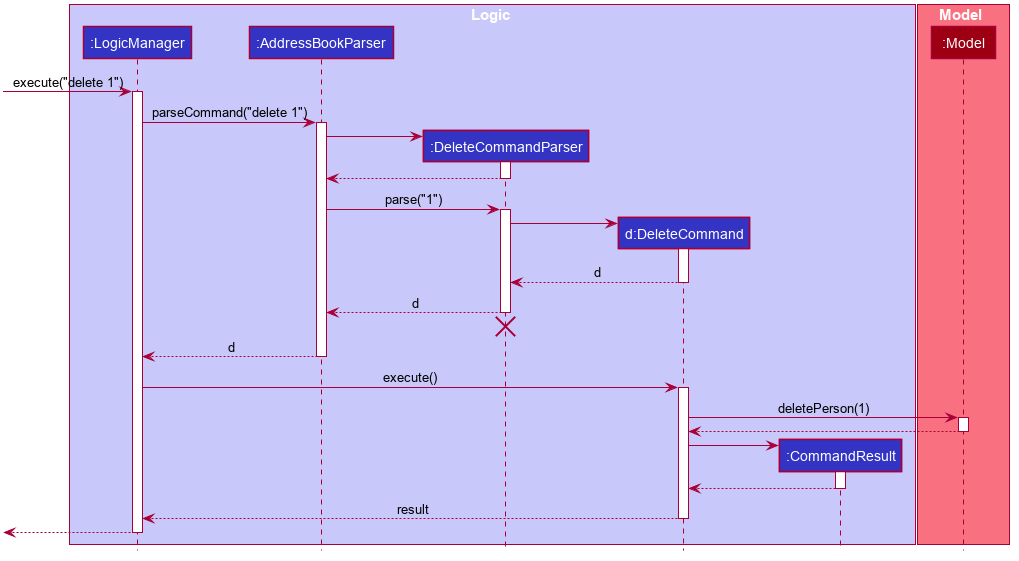
Above: docs/images/DeleteSequenceDiagram.png in nus-cs2103-AY2223S2/tp (PlantUML), before the change. The source it was exported from:
```plantuml
@startuml








skinparam BackgroundColor #FFFFFFF

skinparam Shadowing false

skinparam Class {
    FontColor #FFFFFF
    BorderThickness 1
    BorderColor #FFFFFF
    StereotypeFontColor #FFFFFF
    FontName Arial
}

skinparam Actor {
    BorderColor #000000
    Color #000000
    FontName Arial
}

skinparam Sequence {
    MessageAlign center
    BoxFontSize 15
    BoxPadding 0
    BoxFontColor #FFFFFF
    FontName Arial
}

skinparam Participant {
    FontColor #FFFFFFF
    Padding 20
}

skinparam MinClassWidth 50
skinparam ParticipantPadding 10
skinparam Shadowing false
skinparam DefaultTextAlignment center
skinparam packageStyle Rectangle

hide footbox
hide members
hide circle

box Logic #C8C8FA
participant ":LogicManager" as LogicManager #3333C4
participant ":AddressBookParser" as AddressBookParser #3333C4
participant ":DeleteCommandParser" as DeleteCommandParser #3333C4
participant "d:DeleteCommand" as DeleteCommand #3333C4
participant ":CommandResult" as CommandResult #3333C4
end box

box Model #F97181
participant ":Model" as Model #9D0012
end box

[-> LogicManager : execute("delete 1")
activate LogicManager

LogicManager -> AddressBookParser : parseCommand("delete 1")
activate AddressBookParser

create DeleteCommandParser
AddressBookParser -> DeleteCommandParser
activate DeleteCommandParser

DeleteCommandParser --> AddressBookParser
deactivate DeleteCommandParser

AddressBookParser -> DeleteCommandParser : parse("1")
activate DeleteCommandParser

create DeleteCommand
DeleteCommandParser -> DeleteCommand
activate DeleteCommand

DeleteCommand --> DeleteCommandParser : d
deactivate DeleteCommand

DeleteCommandParser --> AddressBookParser : d
deactivate DeleteCommandParser
DeleteCommandParser -[hidden]-> AddressBookParser
destroy DeleteCommandParser

AddressBookParser --> LogicManager : d
deactivate AddressBookParser

LogicManager -> DeleteCommand : execute()
activate DeleteCommand

DeleteCommand -> Model : deletePerson(1)
activate Model

Model --> DeleteCommand
deactivate Model

create CommandResult
DeleteCommand -> CommandResult
activate CommandResult

CommandResult --> DeleteCommand
deactivate CommandResult

DeleteCommand --> LogicManager : result
deactivate DeleteCommand

[<--LogicManager
deactivate LogicManager
@enduml
```
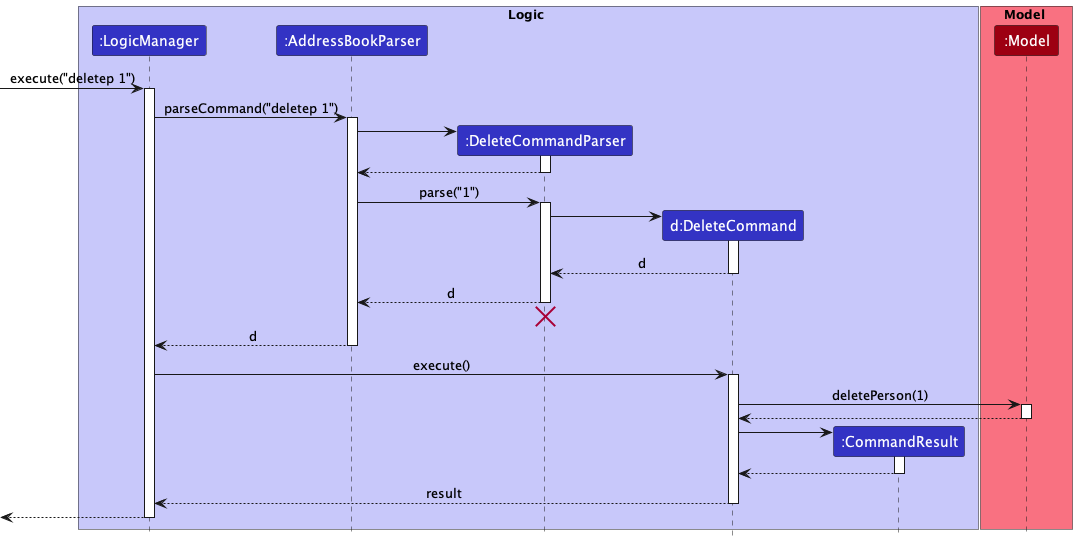
After the change.

Change to the diagram source:
```diff
@@ -1,69 +1,22 @@
 @startuml
+!include style.puml
 
-
-
-
-
-
-
-
-skinparam BackgroundColor #FFFFFFF
-
-skinparam Shadowing false
-
-skinparam Class {
-    FontColor #FFFFFF
-    BorderThickness 1
-    BorderColor #FFFFFF
-    StereotypeFontColor #FFFFFF
-    FontName Arial
-}
-
-skinparam Actor {
-    BorderColor #000000
-    Color #000000
-    FontName Arial
-}
-
-skinparam Sequence {
-    MessageAlign center
-    BoxFontSize 15
-    BoxPadding 0
-    BoxFontColor #FFFFFF
-    FontName Arial
-}
-
-skinparam Participant {
-    FontColor #FFFFFFF
-    Padding 20
-}
-
-skinparam MinClassWidth 50
-skinparam ParticipantPadding 10
-skinparam Shadowing false
-skinparam DefaultTextAlignment center
-skinparam packageStyle Rectangle
-
-hide footbox
-hide members
-hide circle
-
-box Logic #C8C8FA
-participant ":LogicManager" as LogicManager #3333C4
-participant ":AddressBookParser" as AddressBookParser #3333C4
-participant ":DeleteCommandParser" as DeleteCommandParser #3333C4
-participant "d:DeleteCommand" as DeleteCommand #3333C4
-participant ":CommandResult" as CommandResult #3333C4
+box Logic LOGIC_COLOR_T1
+participant ":LogicManager" as LogicManager LOGIC_COLOR
+participant ":AddressBookParser" as AddressBookParser LOGIC_COLOR
+participant ":DeleteCommandParser" as DeleteCommandParser LOGIC_COLOR
+participant "d:DeleteCommand" as DeleteCommand LOGIC_COLOR
+participant ":CommandResult" as CommandResult LOGIC_COLOR
 end box
 
-box Model #F97181
-participant ":Model" as Model #9D0012
+box Model MODEL_COLOR_T1
+participant ":Model" as Model MODEL_COLOR
 end box
 
-[-> LogicManager : execute("delete 1")
+[-> LogicManager : execute("deletep 1")
 activate LogicManager
 
-LogicManager -> AddressBookParser : parseCommand("delete 1")
+LogicManager -> AddressBookParser : parseCommand("deletep 1")
 activate AddressBookParser
 
 create DeleteCommandParser
```
